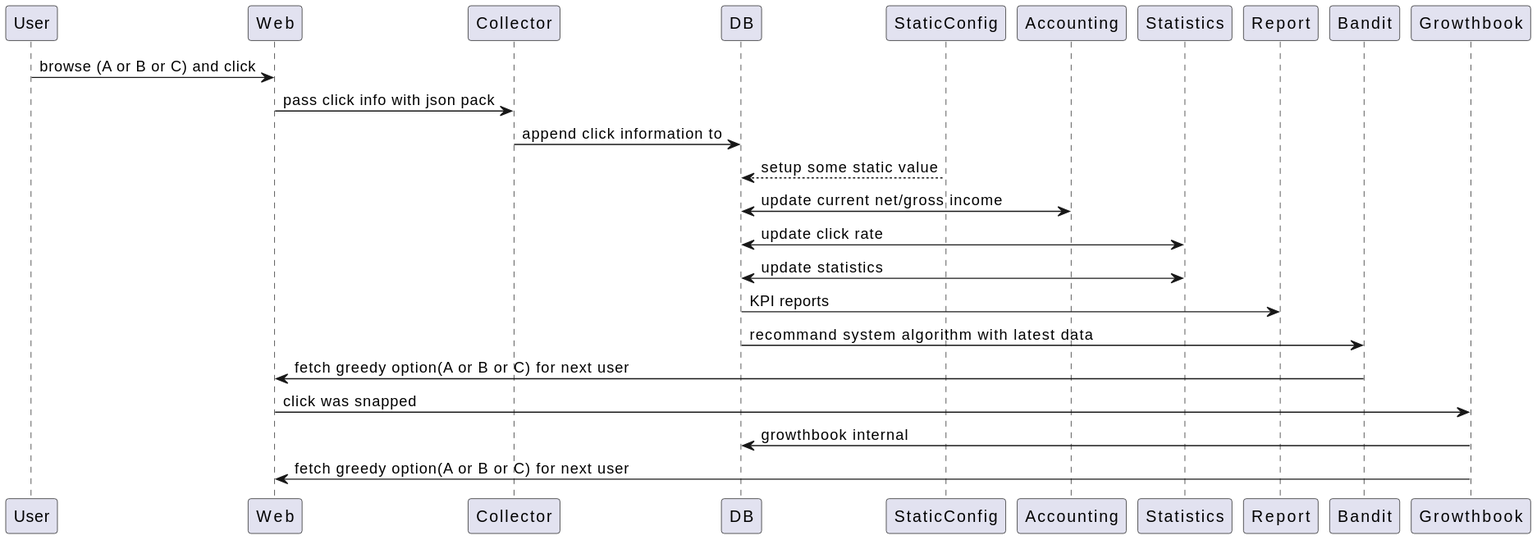
The PlantUML diagram 20220504_homework/bandit_homework.svg in blankaII/my_bandit_test, before a commit.
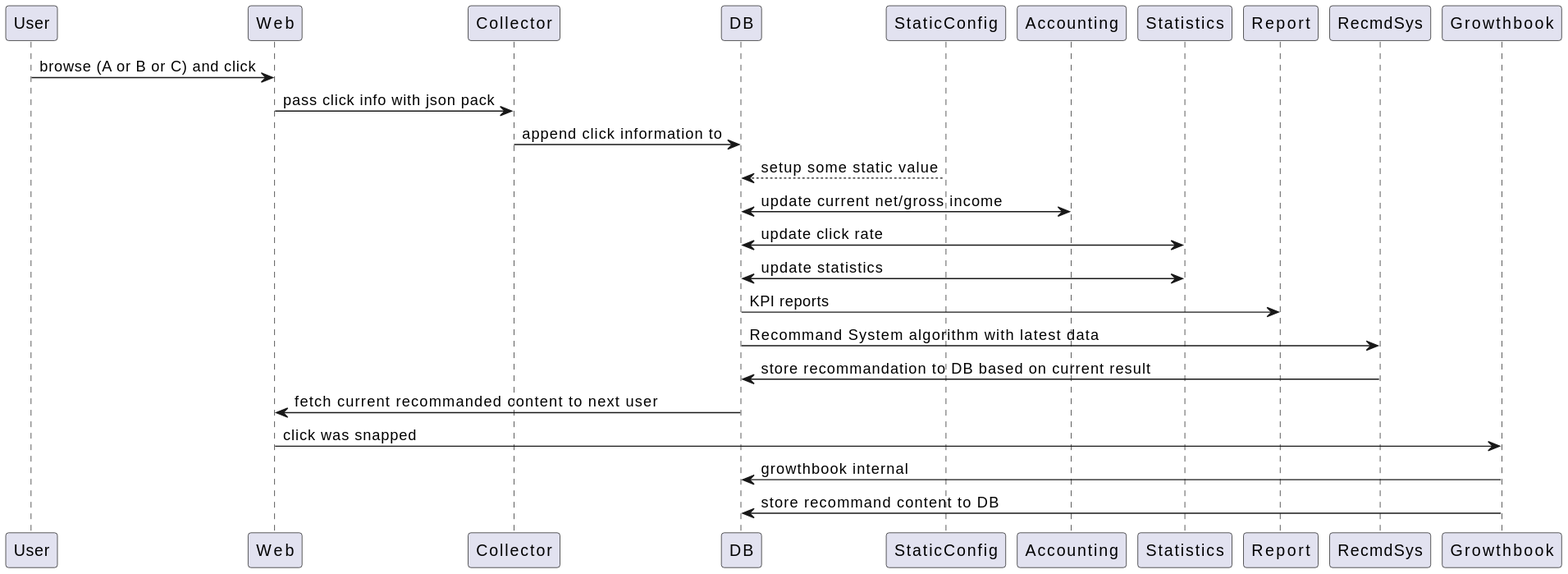
Later version of the same file.

Change to the diagram source:
```diff
@@ -7,10 +7,11 @@
 DB <-> Statistics : update click rate
 DB <-> Statistics : update statistics
 DB -> Report : KPI reports
-DB -> Bandit : recommand system algorithm with latest data
-Bandit -> Web : fetch greedy option(A or B or C) for next user
+DB -> RecmdSys : Recommand System algorithm with latest data
+RecmdSys -> DB : store recommandation to DB based on current result
+DB -> Web : fetch current recommanded content to next user
 
 Web -> Growthbook : click was snapped
 Growthbook -> DB : growthbook internal
-Growthbook -> Web : fetch greedy option(A or B or C) for next user
+Growthbook -> DB : store recommand content to DB
 @enduml
```
